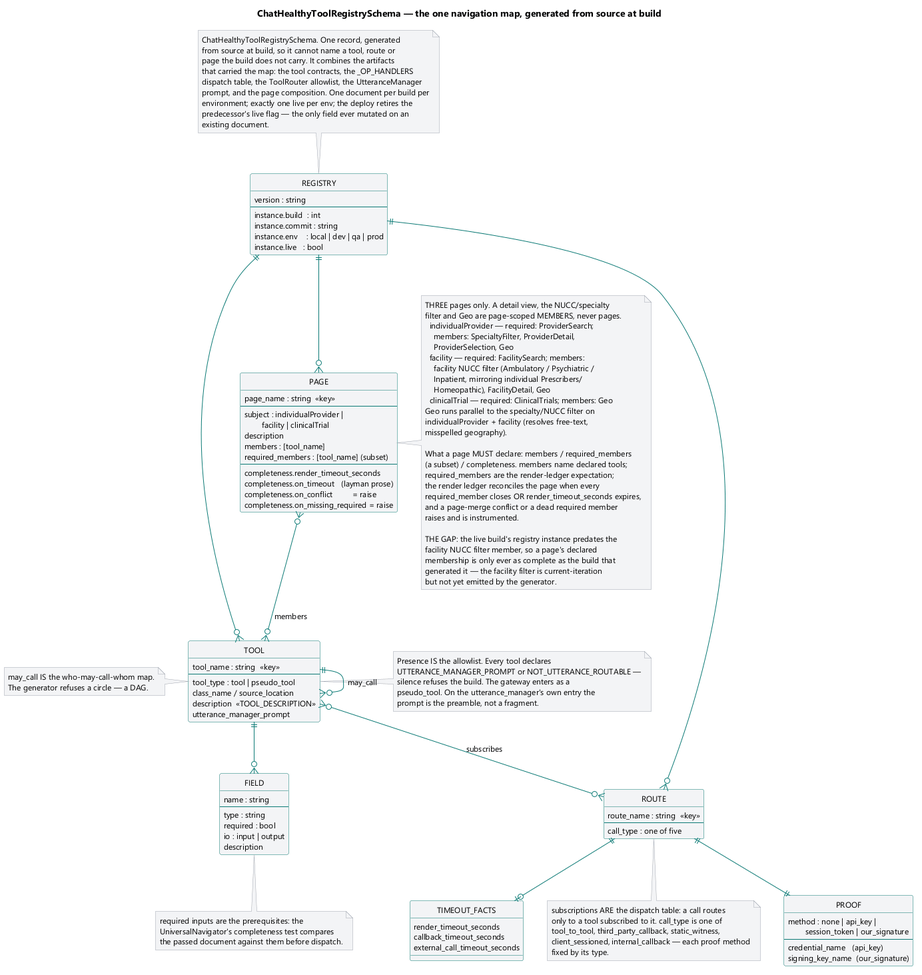
Before: brain/machine_artifacts/diagramsAndImages/rendered/findcare_tool_configuration.png, a diagram exported from PlantUML (SkipSnow/ChatHealthyRepo).
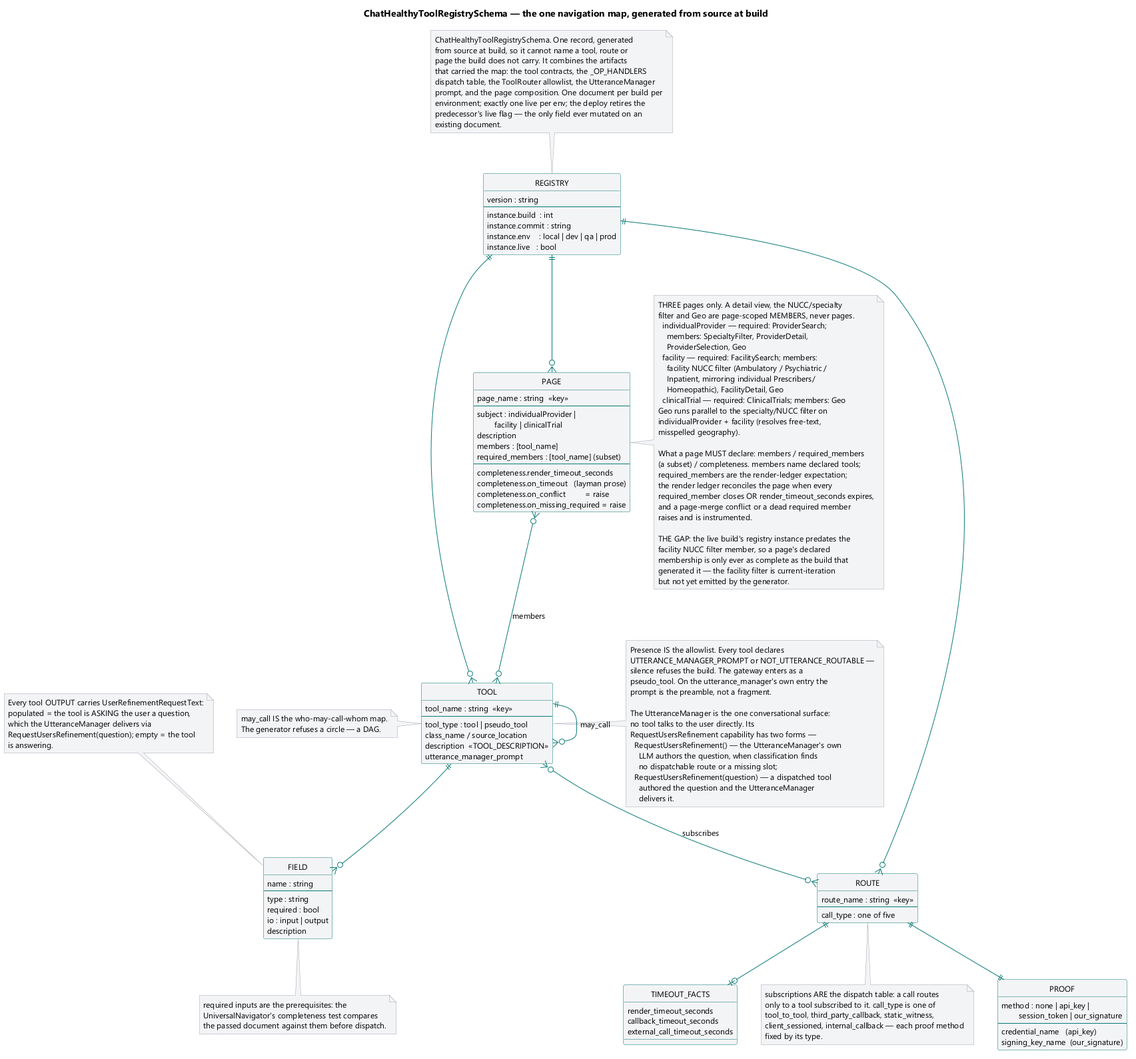
After the change.

What changed in the source:
```diff
@@ -100,12 +100,30 @@
   silence refuses the build. The gateway enters as a
   pseudo_tool. On the utterance_manager's own entry the
   prompt is the preamble, not a fragment.
+
+  The UtteranceManager is the one conversational surface:
+  no tool talks to the user directly. Its
+  RequestUsersRefinement capability has two forms —
+    RequestUsersRefinement() — the UtteranceManager's own
+      LLM authors the question, when classification finds
+      no dispatchable route or a missing slot;
+    RequestUsersRefinement(question) — a dispatched tool
+      authored the question and the UtteranceManager
+      delivers it.
 end note
 
 note bottom of FIELD
   required inputs are the prerequisites: the
   UniversalNavigator's completeness test compares
   the passed document against them before dispatch.
+end note
+
+note top of FIELD
+  Every tool OUTPUT carries UserRefinementRequestText:
+  populated = the tool is ASKING the user a question,
+  which the UtteranceManager delivers via
+  RequestUsersRefinement(question); empty = the tool
+  is answering.
 end note
 
 note left of TOOL
```
